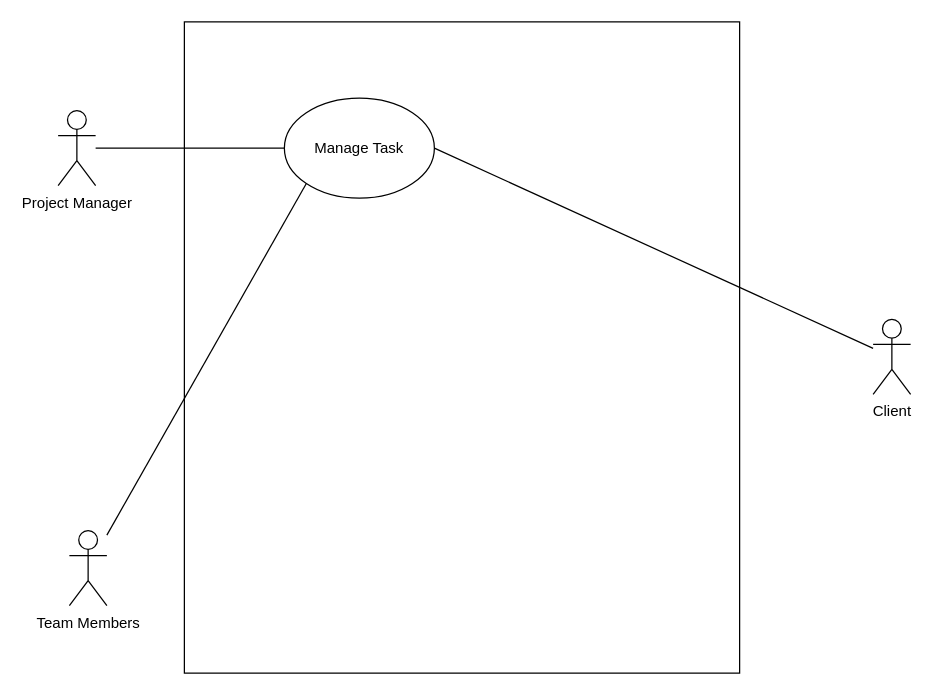
AzazelXXI/unitydesk keeps this draw.io diagram as page "UseCase" (3 of 3) of .docs/modules/tasks/Project.drawio. Above is the earlier version. Source tidied: cells renumbered, new cells numbered last; positions are measured from the earlier drawing's top-left corner, leaving out a move shared by most shapes. Both pictures are drawn from the tidied source at 125%, with x=0, y=0 at pixel (58, 21).
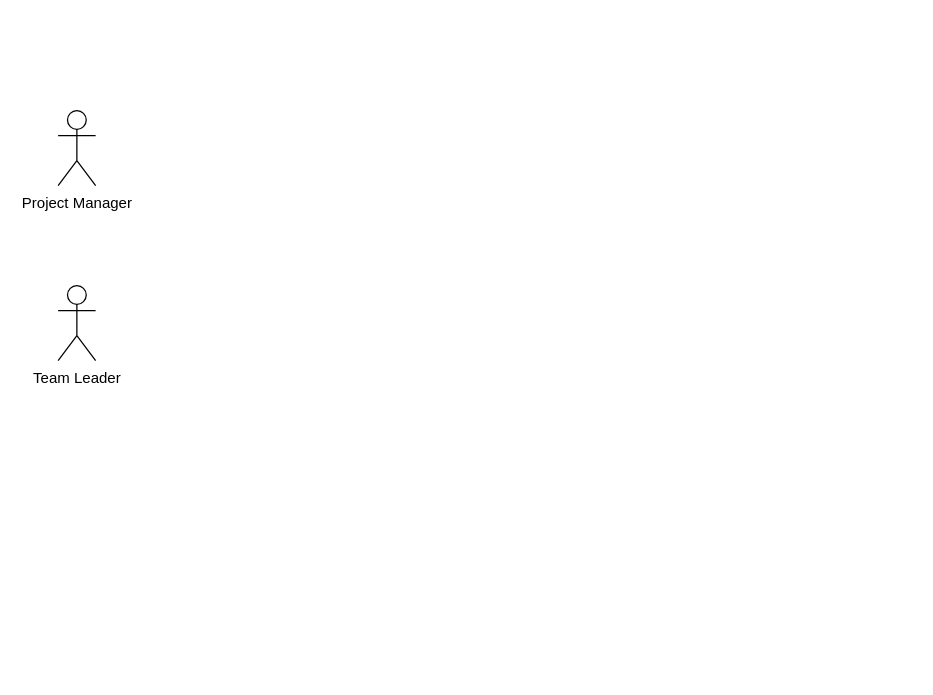
After the change.

What changed in the source:
```diff
@@
 <mxGraphModel>
   <root>
     <mxCell id="0" />
     <mxCell id="1" parent="0" />
-    <mxCell id="2" style="rounded=0;whiteSpace=wrap;html=1;fontFamily=Helvetica;fontSize=11;fontColor=default;labelBackgroundColor=default;" parent="1" vertex="1">
-      <mxGeometry x="101" width="444.2" height="521" as="geometry" />
-    </mxCell>
-    <mxCell id="3" style="edgeStyle=none;shape=connector;rounded=0;jettySize=auto;html=1;exitX=1;exitY=1;exitDx=0;exitDy=0;strokeColor=#b85450;align=center;verticalAlign=middle;fontFamily=Helvetica;fontSize=11;fontColor=default;labelBackgroundColor=default;startFill=1;endArrow=none;endFill=1;startArrow=classic;fillColor=#f8cecc;" parent="1" edge="1" source="5">
-      <mxGeometry relative="1" as="geometry" />
-    </mxCell>
-    <mxCell id="4" value="extend" style="edgeLabel;html=1;align=center;verticalAlign=middle;fontFamily=Helvetica;fontSize=11;fontColor=default;labelBackgroundColor=default;" parent="3" vertex="1">
-      <mxGeometry x="0.07" y="-1" relative="1" as="geometry" />
-    </mxCell>
-    <mxCell id="5" value="Manage Task" style="ellipse;whiteSpace=wrap;html=1;" parent="1" vertex="1">
-      <mxGeometry x="181" y="61" width="120" height="80" as="geometry" />
-    </mxCell>
     <mxCell id="6" style="rounded=0;jettySize=auto;html=1;entryX=0;entryY=0;entryDx=0;entryDy=0;endArrow=none;startFill=0;" parent="1" edge="1" source="9">
       <mxGeometry relative="1" as="geometry" />
     </mxCell>
-    <mxCell id="7" style="rounded=0;jettySize=auto;html=1;entryX=0;entryY=0.5;entryDx=0;entryDy=0;endArrow=none;startFill=0;" parent="1" edge="1" source="9" target="5">
-      <mxGeometry relative="1" as="geometry" />
-    </mxCell>
     <mxCell id="8" style="edgeStyle=none;shape=connector;rounded=0;jettySize=auto;html=1;entryX=0;entryY=0.5;entryDx=0;entryDy=0;strokeColor=default;align=center;verticalAlign=middle;fontFamily=Helvetica;fontSize=11;fontColor=default;labelBackgroundColor=default;endArrow=none;startFill=0;" parent="1" edge="1" source="9">
       <mxGeometry relative="1" as="geometry" />
     </mxCell>
     <mxCell id="9" value="Project Manager" style="shape=umlActor;verticalLabelPosition=bottom;verticalAlign=top;html=1;" parent="1" vertex="1">
       <mxGeometry y="71" width="30" height="60" as="geometry" />
     </mxCell>
-    <mxCell id="10" style="edgeStyle=none;shape=connector;rounded=0;jettySize=auto;html=1;entryX=0;entryY=1;entryDx=0;entryDy=0;strokeColor=default;align=center;verticalAlign=middle;fontFamily=Helvetica;fontSize=11;fontColor=default;labelBackgroundColor=default;endArrow=none;startFill=0;" parent="1" edge="1" source="12" target="5">
-      <mxGeometry relative="1" as="geometry" />
-    </mxCell>
-    <mxCell id="11" style="edgeStyle=none;shape=connector;rounded=0;jettySize=auto;html=1;entryX=0;entryY=0.5;entryDx=0;entryDy=0;strokeColor=default;align=center;verticalAlign=middle;fontFamily=Helvetica;fontSize=11;fontColor=default;labelBackgroundColor=default;startFill=0;endArrow=none;" parent="1" edge="1" source="12">
-      <mxGeometry relative="1" as="geometry" />
-    </mxCell>
-    <mxCell id="12" value="Team Members" style="shape=umlActor;verticalLabelPosition=bottom;verticalAlign=top;html=1;" parent="1" vertex="1">
-      <mxGeometry x="9" y="407" width="30" height="60" as="geometry" />
-    </mxCell>
-    <mxCell id="13" style="edgeStyle=none;shape=connector;rounded=0;jettySize=auto;html=1;entryX=1;entryY=0.5;entryDx=0;entryDy=0;strokeColor=default;align=center;verticalAlign=middle;fontFamily=Helvetica;fontSize=11;fontColor=default;labelBackgroundColor=default;startFill=0;endArrow=none;" parent="1" edge="1" source="16" target="5">
-      <mxGeometry relative="1" as="geometry" />
-    </mxCell>
-    <mxCell id="14" style="edgeStyle=none;shape=connector;rounded=0;jettySize=auto;html=1;entryX=1;entryY=0.5;entryDx=0;entryDy=0;strokeColor=default;align=center;verticalAlign=middle;fontFamily=Helvetica;fontSize=11;fontColor=default;labelBackgroundColor=default;startFill=0;endArrow=none;" parent="1" edge="1" source="16">
-      <mxGeometry relative="1" as="geometry" />
-    </mxCell>
-    <mxCell id="15" style="edgeStyle=none;shape=connector;rounded=0;jettySize=auto;html=1;entryX=1;entryY=0.5;entryDx=0;entryDy=0;strokeColor=default;align=center;verticalAlign=middle;fontFamily=Helvetica;fontSize=11;fontColor=default;labelBackgroundColor=default;startFill=0;endArrow=none;" parent="1" edge="1" source="16">
-      <mxGeometry relative="1" as="geometry" />
-    </mxCell>
-    <mxCell id="16" value="Client" style="shape=umlActor;verticalLabelPosition=bottom;verticalAlign=top;html=1;" parent="1" vertex="1">
-      <mxGeometry x="652" y="238" width="30" height="60" as="geometry" />
-    </mxCell>
     <mxCell id="17" style="edgeStyle=none;shape=connector;rounded=0;orthogonalLoop=1;jettySize=auto;html=1;strokeColor=#b85450;align=center;verticalAlign=middle;fontFamily=Helvetica;fontSize=11;fontColor=default;labelBackgroundColor=default;startFill=1;endArrow=none;endFill=1;fillColor=#f8cecc;startArrow=classic;" parent="1" edge="1">
       <mxGeometry relative="1" as="geometry" />
     </mxCell>
     <mxCell id="18" value="include" style="edgeLabel;html=1;align=center;verticalAlign=middle;fontFamily=Helvetica;fontSize=11;fontColor=default;labelBackgroundColor=default;" parent="17" vertex="1">
       <mxGeometry x="-0.01" y="1" relative="1" as="geometry" />
     </mxCell>
+    <mxCell id="19" value="Team Leader" style="shape=umlActor;verticalLabelPosition=bottom;verticalAlign=top;html=1;" parent="1" vertex="1">
+      <mxGeometry y="211" width="30" height="60" as="geometry" />
+    </mxCell>
   </root>
 </mxGraphModel>
```
